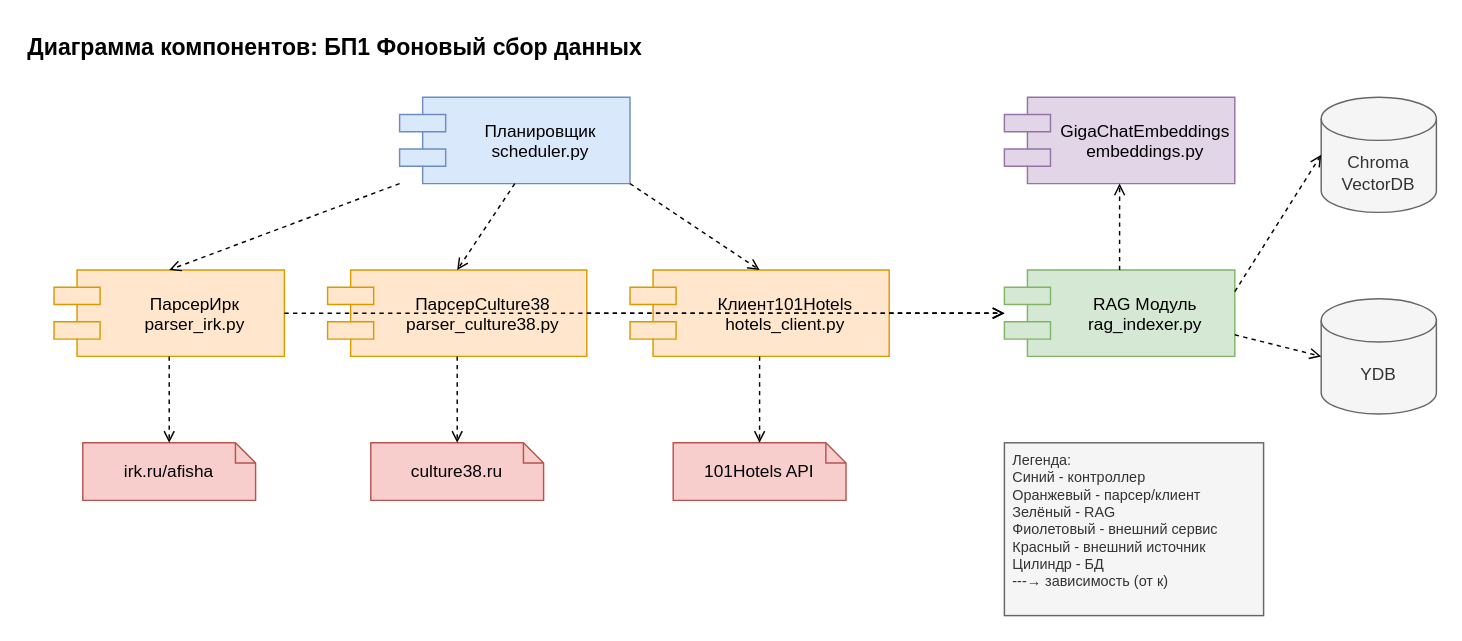
This is page "БП1 Фоновый сбор данных" (1 of 3) of models/COMPONENT/component_diagrams.drawio from Vad1mah/irkutsk-tourism-ias, a draw.io file, before an edit. Source tidied: cells renumbered, new cells numbered last; positions are measured from the earlier drawing's top-left corner, leaving out a move shared by most shapes. Both pictures are drawn from the tidied source at 144%, with x=0, y=0 at pixel (24, 24).
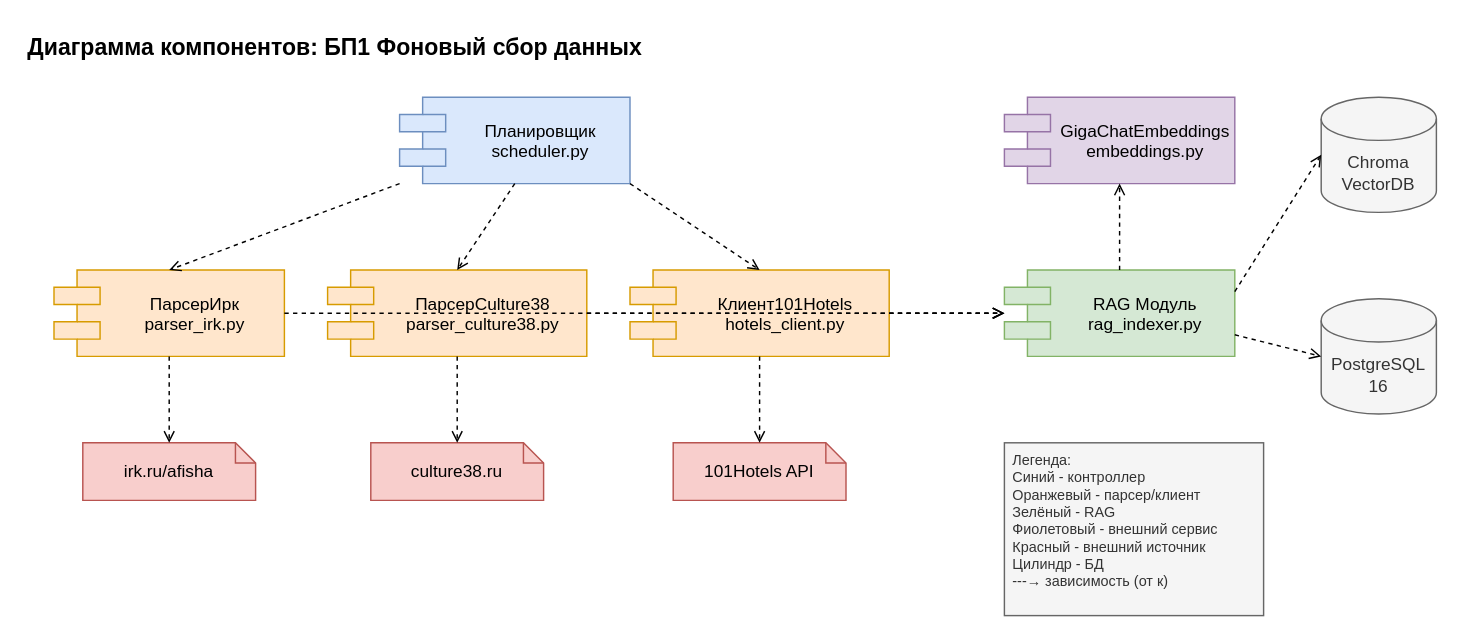
Above is the later version.

Diff of the diagram source:
```diff
@@
-    <mxCell id="9" value="YDB" style="shape=cylinder3;whiteSpace=wrap;html=1;boundedLbl=1;backgroundOutline=1;size=15;fillColor=#f5f5f5;strokeColor=#666666;fontColor=#333333;" parent="1" vertex="1">
+    <mxCell id="9" value="PostgreSQL 16" style="shape=cylinder3;whiteSpace=wrap;html=1;boundedLbl=1;backgroundOutline=1;size=15;fillColor=#f5f5f5;strokeColor=#666666;fontColor=#333333;" parent="1" vertex="1">
       <mxGeometry x="900" y="190" width="80" height="80" as="geometry" />
     </mxCell>
```
